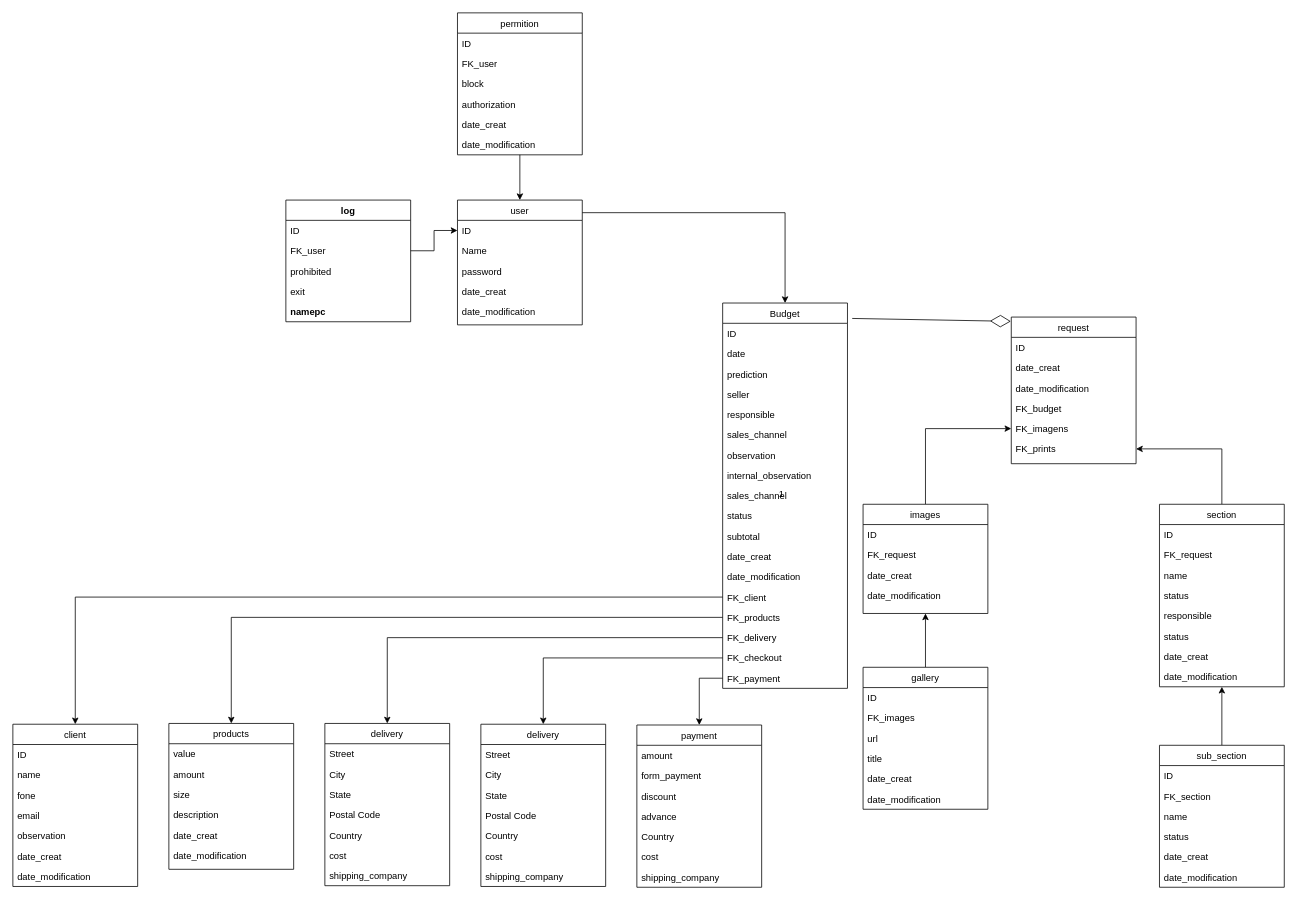
This is Diagrama sem nome.drawio from Ninguem2k/Aula-platica-POO-JAVA, a draw.io file, before an edit. Source tidied: cells renumbered, new cells numbered last; positions are measured from the earlier drawing's top-left corner, leaving out a move shared by most shapes. Both pictures are drawn from the tidied source at 78%, with x=0, y=0 at pixel (12, 12).
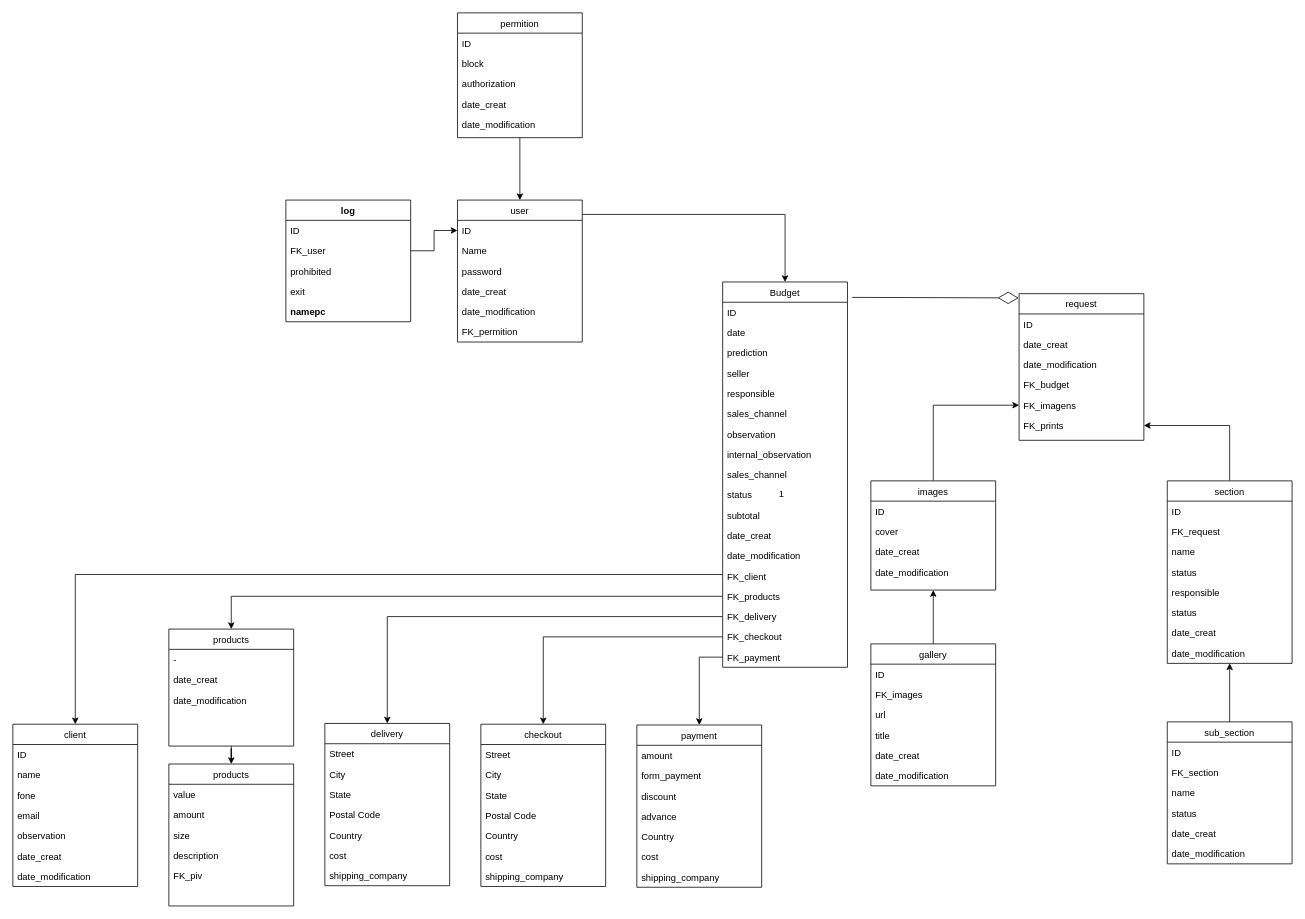
The same page after the edit.

The change refers to these unchanged cells:
```xml
<mxCell id="25" value="FK_client" style="text;align=left;verticalAlign=top;spacingLeft=4;spacingRight=4;overflow=hidden;points=[[0,0.5],[1,0.5]];portConstraint=eastwest;rounded=0;shadow=0;html=0;" parent="11" vertex="1">
  <mxGeometry y="364" width="160" height="26" as="geometry" />
</mxCell>
<mxCell id="80" value="client" style="swimlane;fontStyle=0;align=center;verticalAlign=top;horizontal=1;startSize=26;rounded=0;shadow=0;strokeWidth=1;" parent="1" vertex="1">
  <mxGeometry y="912" width="160" height="208" as="geometry" />
</mxCell>
```

What changed in the source:
```diff
@@
     <mxCell id="3" value="gallery" style="swimlane;fontStyle=0;align=center;verticalAlign=top;horizontal=1;startSize=26;rounded=0;shadow=0;strokeWidth=1;" parent="1" vertex="1">
-      <mxGeometry x="1090" y="839" width="160" height="182" as="geometry" />
+      <mxGeometry x="1100" y="809" width="160" height="182" as="geometry" />
     </mxCell>
@@
     <mxCell id="11" value="Budget" style="swimlane;fontStyle=0;align=center;verticalAlign=top;horizontal=1;startSize=26;rounded=0;shadow=0;strokeWidth=1;" parent="1" vertex="1">
-      <mxGeometry x="910" y="372" width="160" height="494" as="geometry" />
+      <mxGeometry x="910" y="345" width="160" height="494" as="geometry" />
     </mxCell>
@@
     <mxCell id="31" value="images" style="swimlane;fontStyle=0;align=center;verticalAlign=top;horizontal=1;startSize=26;rounded=0;shadow=0;strokeWidth=1;" parent="1" vertex="1">
-      <mxGeometry x="1090" y="630" width="160" height="140" as="geometry" />
+      <mxGeometry x="1100" y="600" width="160" height="140" as="geometry" />
     </mxCell>
@@
-    <mxCell id="33" value="FK_request" style="text;align=left;verticalAlign=top;spacingLeft=4;spacingRight=4;overflow=hidden;rounded=0;shadow=0;html=0;" parent="31" vertex="1">
-      <mxGeometry y="52" width="160" height="26" as="geometry" />
-    </mxCell>
+    <mxCell id="128" value="cover" style="text;align=left;verticalAlign=top;spacingLeft=4;spacingRight=4;overflow=hidden;rounded=0;shadow=0;html=0;" parent="31" vertex="1">
+      <mxGeometry y="52" width="160" height="26" as="geometry" />
+    </mxCell>
@@
+    <mxCell id="129" style="edgeStyle=orthogonalEdgeStyle;rounded=0;jettySize=auto;html=1;" parent="1" edge="1" source="37" target="130">
+      <mxGeometry relative="1" as="geometry" />
+    </mxCell>
     <mxCell id="37" value="products" style="swimlane;fontStyle=0;align=center;verticalAlign=top;horizontal=1;startSize=26;rounded=0;shadow=0;strokeWidth=1;" parent="1" vertex="1">
-      <mxGeometry x="200" y="911" width="160" height="187" as="geometry" />
+      <mxGeometry x="200" y="790" width="160" height="150" as="geometry" />
     </mxCell>
-    <mxCell id="38" value="value" style="text;align=left;verticalAlign=top;spacingLeft=4;spacingRight=4;overflow=hidden;rounded=0;shadow=0;html=0;" parent="37" vertex="1">
+    <mxCell id="38" value="-" style="text;align=left;verticalAlign=top;spacingLeft=4;spacingRight=4;overflow=hidden;rounded=0;shadow=0;html=0;" parent="37" vertex="1">
       <mxGeometry y="26" width="160" height="26" as="geometry" />
     </mxCell>
-    <mxCell id="39" value="amount" style="text;align=left;verticalAlign=top;spacingLeft=4;spacingRight=4;overflow=hidden;rounded=0;shadow=0;html=0;" parent="37" vertex="1">
-      <mxGeometry y="52" width="160" height="26" as="geometry" />
-    </mxCell>
-    <mxCell id="40" value="size" style="text;align=left;verticalAlign=top;spacingLeft=4;spacingRight=4;overflow=hidden;rounded=0;shadow=0;html=0;" parent="37" vertex="1">
-      <mxGeometry y="78" width="160" height="26" as="geometry" />
-    </mxCell>
-    <mxCell id="41" value="description" style="text;align=left;verticalAlign=top;spacingLeft=4;spacingRight=4;overflow=hidden;" parent="37" vertex="1">
-      <mxGeometry y="104" width="160" height="26" as="geometry" />
-    </mxCell>
     <mxCell id="42" value="date_creat" style="text;align=left;verticalAlign=top;spacingLeft=4;spacingRight=4;overflow=hidden;rounded=0;shadow=0;html=0;" parent="37" vertex="1">
-      <mxGeometry y="130" width="160" height="26" as="geometry" />
+      <mxGeometry y="52" width="160" height="26" as="geometry" />
     </mxCell>
     <mxCell id="43" value="date_modification" style="text;align=left;verticalAlign=top;spacingLeft=4;spacingRight=4;overflow=hidden;rounded=0;shadow=0;html=0;" parent="37" vertex="1">
-      <mxGeometry y="156" width="160" height="26" as="geometry" />
+      <mxGeometry y="78" width="160" height="26" as="geometry" />
     </mxCell>
@@
     <mxCell id="45" value="request&#10;" style="swimlane;fontStyle=0;align=center;verticalAlign=top;horizontal=1;startSize=26;rounded=0;shadow=0;strokeWidth=1;" parent="1" vertex="1">
-      <mxGeometry x="1280" y="390" width="160" height="188" as="geometry" />
+      <mxGeometry x="1290" y="360" width="160" height="188" as="geometry" />
     </mxCell>
@@
-    <mxCell id="60" value="delivery" style="swimlane;fontStyle=0;align=center;verticalAlign=top;horizontal=1;startSize=26;rounded=0;shadow=0;strokeWidth=1;" parent="1" vertex="1">
+    <mxCell id="60" value="checkout" style="swimlane;fontStyle=0;align=center;verticalAlign=top;horizontal=1;startSize=26;rounded=0;shadow=0;strokeWidth=1;" parent="1" vertex="1">
       <mxGeometry x="600" y="912" width="160" height="208" as="geometry" />
     </mxCell>
@@
     <mxCell id="79" style="edgeStyle=orthogonalEdgeStyle;rounded=0;jettySize=auto;html=1;" parent="1" edge="1" source="25" target="80">
       <mxGeometry relative="1" as="geometry">
         <Array as="points">
-          <mxPoint x="80" y="749" />
+          <mxPoint x="80" y="720" />
         </Array>
       </mxGeometry>
     </mxCell>
@@
     <mxCell id="89" value="sub_section" style="swimlane;fontStyle=0;align=center;verticalAlign=top;horizontal=1;startSize=26;rounded=0;shadow=0;strokeWidth=1;" parent="1" vertex="1">
-      <mxGeometry x="1470" y="939" width="160" height="182" as="geometry" />
+      <mxGeometry x="1480" y="909" width="160" height="182" as="geometry" />
     </mxCell>
@@
     <mxCell id="97" value="section" style="swimlane;fontStyle=0;align=center;verticalAlign=top;horizontal=1;startSize=26;rounded=0;shadow=0;strokeWidth=1;" parent="1" vertex="1">
-      <mxGeometry x="1470" y="630" width="160" height="234" as="geometry" />
+      <mxGeometry x="1480" y="600" width="160" height="234" as="geometry" />
     </mxCell>
@@
     <mxCell id="107" value="user&#10;" style="swimlane;fontStyle=0;align=center;verticalAlign=top;horizontal=1;startSize=26;rounded=0;shadow=0;strokeWidth=1;" parent="1" vertex="1">
-      <mxGeometry x="570" y="240" width="160" height="160" as="geometry" />
+      <mxGeometry x="570" y="240" width="160" height="182" as="geometry" />
     </mxCell>
@@
+    <mxCell id="116" value="FK_permition" style="text;align=left;verticalAlign=top;spacingLeft=4;spacingRight=4;overflow=hidden;rounded=0;shadow=0;html=0;" parent="107" vertex="1">
+      <mxGeometry y="156" width="160" height="26" as="geometry" />
+    </mxCell>
@@
     <mxCell id="114" value="permition" style="swimlane;fontStyle=0;align=center;verticalAlign=top;horizontal=1;startSize=26;rounded=0;shadow=0;strokeWidth=1;" parent="1" vertex="1">
-      <mxGeometry x="570" width="160" height="182" as="geometry" />
+      <mxGeometry x="570" width="160" height="160" as="geometry" />
     </mxCell>
@@
-    <mxCell id="116" value="FK_user" style="text;align=left;verticalAlign=top;spacingLeft=4;spacingRight=4;overflow=hidden;rounded=0;shadow=0;html=0;" parent="114" vertex="1">
-      <mxGeometry y="52" width="160" height="26" as="geometry" />
-    </mxCell>
     <mxCell id="117" value="block" style="text;align=left;verticalAlign=top;spacingLeft=4;spacingRight=4;overflow=hidden;rounded=0;shadow=0;html=0;" parent="114" vertex="1">
-      <mxGeometry y="78" width="160" height="26" as="geometry" />
+      <mxGeometry y="52" width="160" height="26" as="geometry" />
     </mxCell>
     <mxCell id="118" value="authorization" style="text;align=left;verticalAlign=top;spacingLeft=4;spacingRight=4;overflow=hidden;rounded=0;shadow=0;html=0;" parent="114" vertex="1">
-      <mxGeometry y="104" width="160" height="26" as="geometry" />
+      <mxGeometry y="78" width="160" height="26" as="geometry" />
     </mxCell>
     <mxCell id="119" value="date_creat" style="text;align=left;verticalAlign=top;spacingLeft=4;spacingRight=4;overflow=hidden;rounded=0;shadow=0;html=0;" parent="114" vertex="1">
-      <mxGeometry y="130" width="160" height="26" as="geometry" />
+      <mxGeometry y="104" width="160" height="26" as="geometry" />
     </mxCell>
     <mxCell id="120" value="date_modification" style="text;align=left;verticalAlign=top;spacingLeft=4;spacingRight=4;overflow=hidden;rounded=0;shadow=0;html=0;" parent="114" vertex="1">
-      <mxGeometry y="156" width="160" height="26" as="geometry" />
+      <mxGeometry y="130" width="160" height="26" as="geometry" />
     </mxCell>
@@
+    <mxCell id="130" value="products" style="swimlane;fontStyle=0;align=center;verticalAlign=top;horizontal=1;startSize=26;rounded=0;shadow=0;strokeWidth=1;" parent="1" vertex="1">
+      <mxGeometry x="200" y="963" width="160" height="182" as="geometry" />
+    </mxCell>
+    <mxCell id="131" value="value" style="text;align=left;verticalAlign=top;spacingLeft=4;spacingRight=4;overflow=hidden;rounded=0;shadow=0;html=0;" parent="130" vertex="1">
+      <mxGeometry y="26" width="160" height="26" as="geometry" />
+    </mxCell>
+    <mxCell id="39" value="amount" style="text;align=left;verticalAlign=top;spacingLeft=4;spacingRight=4;overflow=hidden;rounded=0;shadow=0;html=0;" parent="130" vertex="1">
+      <mxGeometry y="52" width="160" height="26" as="geometry" />
+    </mxCell>
+    <mxCell id="40" value="size" style="text;align=left;verticalAlign=top;spacingLeft=4;spacingRight=4;overflow=hidden;rounded=0;shadow=0;html=0;" parent="130" vertex="1">
+      <mxGeometry y="78" width="160" height="26" as="geometry" />
+    </mxCell>
+    <mxCell id="41" value="description" style="text;align=left;verticalAlign=top;spacingLeft=4;spacingRight=4;overflow=hidden;" parent="130" vertex="1">
+      <mxGeometry y="104" width="160" height="26" as="geometry" />
+    </mxCell>
+    <mxCell id="132" value="FK_piv" style="text;align=left;verticalAlign=top;spacingLeft=4;spacingRight=4;overflow=hidden;rounded=0;shadow=0;html=0;" parent="130" vertex="1">
+      <mxGeometry y="130" width="160" height="26" as="geometry" />
+    </mxCell>
```
